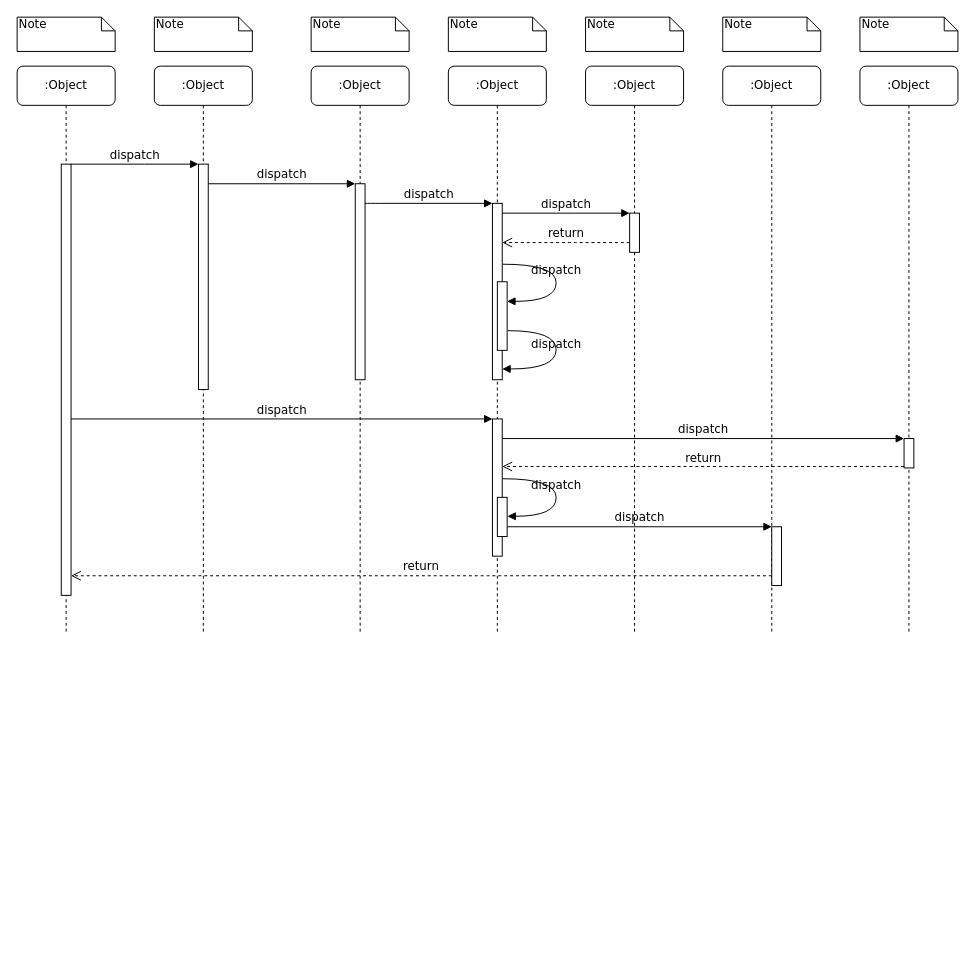
The draw.io diagram page "Page-1" (1 of 2) of s1.drawio in kingstone95/diagrams, before the edit. Source tidied: cells renumbered, new cells numbered last; positions are measured from the earlier drawing's top-left corner, leaving out a move shared by most shapes. Both pictures are drawn from the tidied source at 98%, with x=0, y=0 at pixel (17, 17).
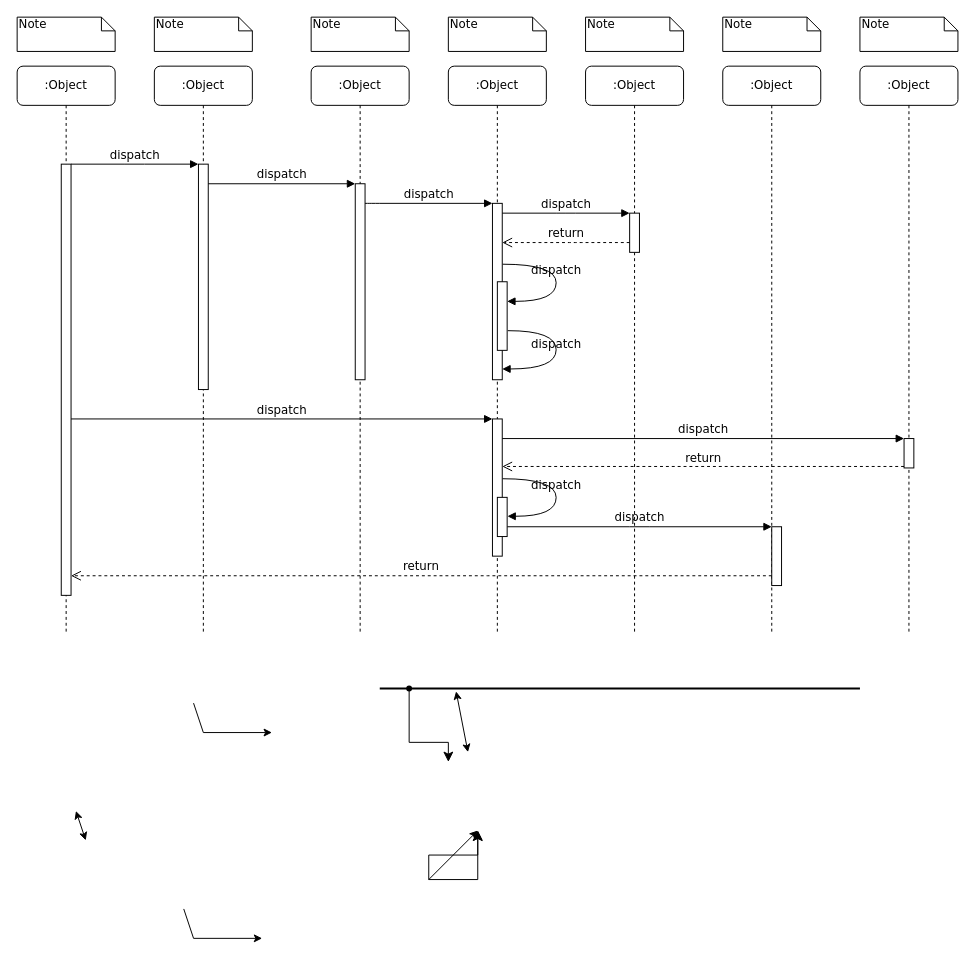
Above is the later version.

Commit message:
分支管理与版本控制.drawio

Diff of the diagram source:
```diff
@@
+    <mxCell id="39" style="edgeStyle=elbowEdgeStyle;elbow=vertical;endArrow=classic;html=1;curved=0;rounded=0;endSize=8;startSize=8;" parent="1" edge="1" source="41">
+      <mxGeometry relative="1" as="geometry">
+        <mxPoint x="440" y="760" as="targetPoint" />
+        <Array as="points">
+          <mxPoint x="410" y="740" />
+          <mxPoint x="430" y="740" />
+        </Array>
+      </mxGeometry>
+    </mxCell>
+    <mxCell id="40" style="line;strokeWidth=2;html=1;" parent="1" vertex="1">
+      <mxGeometry x="370" y="680" width="490" height="10" as="geometry" />
+    </mxCell>
+    <mxCell id="41" style="shape=waypoint;sketch=0;fillStyle=solid;size=6;points=[];fillColor=none;perimeter=centerPerimeter;snapToPoint=1;" parent="1" vertex="1">
+      <mxGeometry x="390" y="675" width="20" height="20" as="geometry" />
+    </mxCell>
+    <mxCell id="42" style="endArrow=classic;startArrow=classic;html=1;rounded=0;exitX=0.159;exitY=0.8;exitDx=0;exitDy=0;exitPerimeter=0;" parent="1" edge="1" source="40">
+      <mxGeometry relative="1" as="geometry">
+        <mxPoint x="460" y="750" as="targetPoint" />
+      </mxGeometry>
+    </mxCell>
+    <mxCell id="43" style="edgeStyle=segmentEdgeStyle;endArrow=classic;html=1;curved=0;rounded=0;endSize=8;startSize=8;" parent="1" edge="1">
+      <mxGeometry relative="1" as="geometry">
+        <mxPoint x="420" y="880" as="sourcePoint" />
+        <mxPoint x="470" y="830" as="targetPoint" />
+      </mxGeometry>
+    </mxCell>
+    <mxCell id="44" style="edgeStyle=elbowEdgeStyle;elbow=vertical;endArrow=classic;html=1;curved=0;rounded=0;endSize=8;startSize=8;" parent="1" edge="1">
+      <mxGeometry relative="1" as="geometry">
+        <mxPoint x="420" y="880" as="sourcePoint" />
+        <mxPoint x="470" y="830" as="targetPoint" />
+      </mxGeometry>
+    </mxCell>
+    <mxCell id="45" style="endArrow=classic;startArrow=classic;html=1;rounded=0;" parent="1" edge="1">
+      <mxGeometry relative="1" as="geometry">
+        <mxPoint x="60" y="810" as="sourcePoint" />
+        <mxPoint x="70" y="840" as="targetPoint" />
+      </mxGeometry>
+    </mxCell>
+    <mxCell id="46" style="endArrow=classic;html=1;rounded=0;" parent="1" edge="1">
+      <mxGeometry relative="1" as="geometry">
+        <mxPoint x="420" y="880" as="sourcePoint" />
+        <mxPoint x="470" y="830" as="targetPoint" />
+      </mxGeometry>
+    </mxCell>
+    <mxCell id="47" style="endArrow=classic;html=1;rounded=0;" parent="1" edge="1">
+      <mxGeometry relative="1" as="geometry">
+        <mxPoint x="180" y="940" as="sourcePoint" />
+        <mxPoint x="250" y="940" as="targetPoint" />
+      </mxGeometry>
+    </mxCell>
+    <mxCell id="48" style="endArrow=none;html=1;rounded=0;" parent="1" edge="1">
+      <mxGeometry relative="1" as="geometry">
+        <mxPoint x="180" y="940" as="sourcePoint" />
+        <mxPoint x="170" y="910" as="targetPoint" />
+      </mxGeometry>
+    </mxCell>
+    <mxCell id="49" style="endArrow=classic;html=1;rounded=0;" parent="1" edge="1">
+      <mxGeometry relative="1" as="geometry">
+        <mxPoint x="190" y="730" as="sourcePoint" />
+        <mxPoint x="260" y="730" as="targetPoint" />
+      </mxGeometry>
+    </mxCell>
+    <mxCell id="50" style="endArrow=none;html=1;rounded=0;" parent="1" edge="1">
+      <mxGeometry relative="1" as="geometry">
+        <mxPoint x="190" y="730" as="sourcePoint" />
+        <mxPoint x="180" y="700" as="targetPoint" />
+      </mxGeometry>
+    </mxCell>
```
